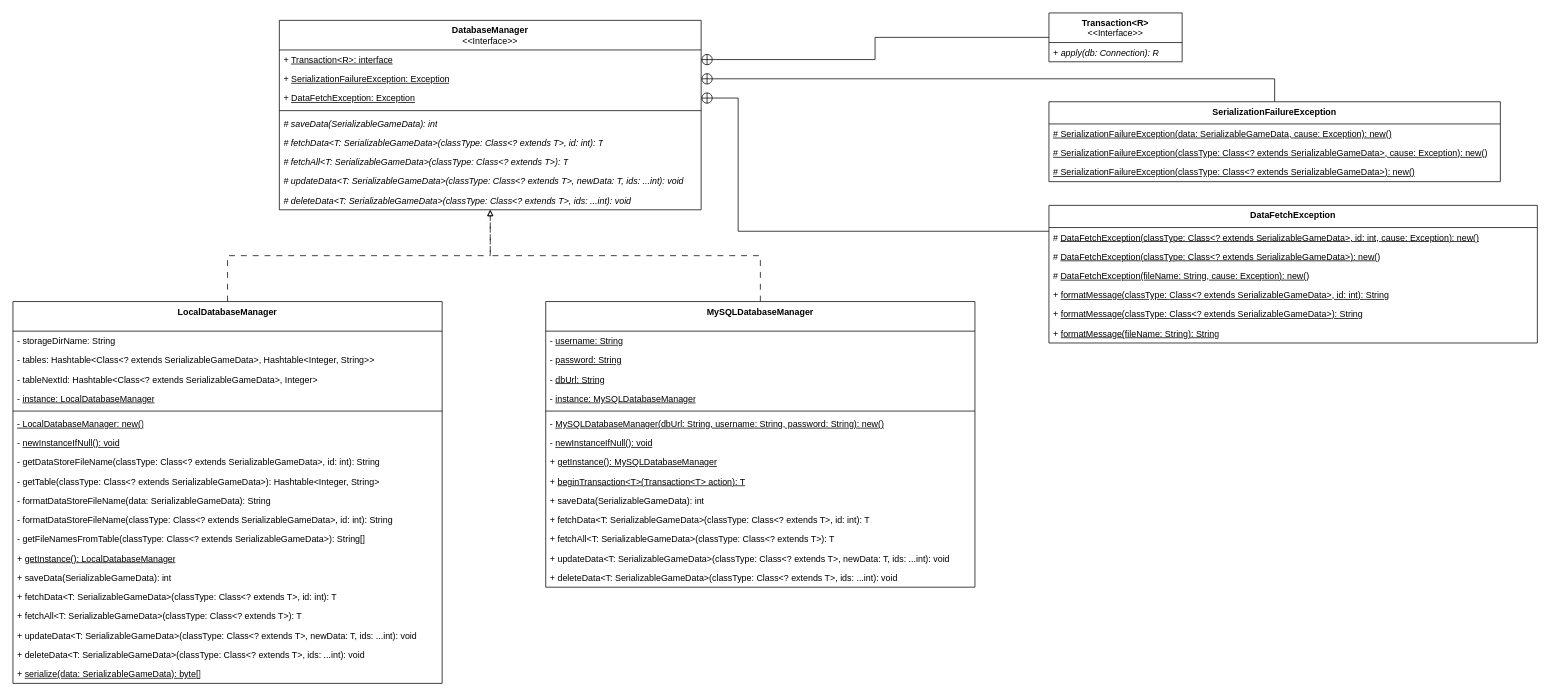
This is page "DatabaseManager" (3 of 3) of JavaRiceUML.drawio from TLEV6500/CSIT228-F2_Capstone_JavaRice, a draw.io file, before an edit. Source tidied: cells renumbered, new cells numbered last; positions are measured from the earlier drawing's top-left corner, leaving out a move shared by most shapes. Both pictures are drawn from the tidied source at 74%, with x=0, y=0 at pixel (13, 13).
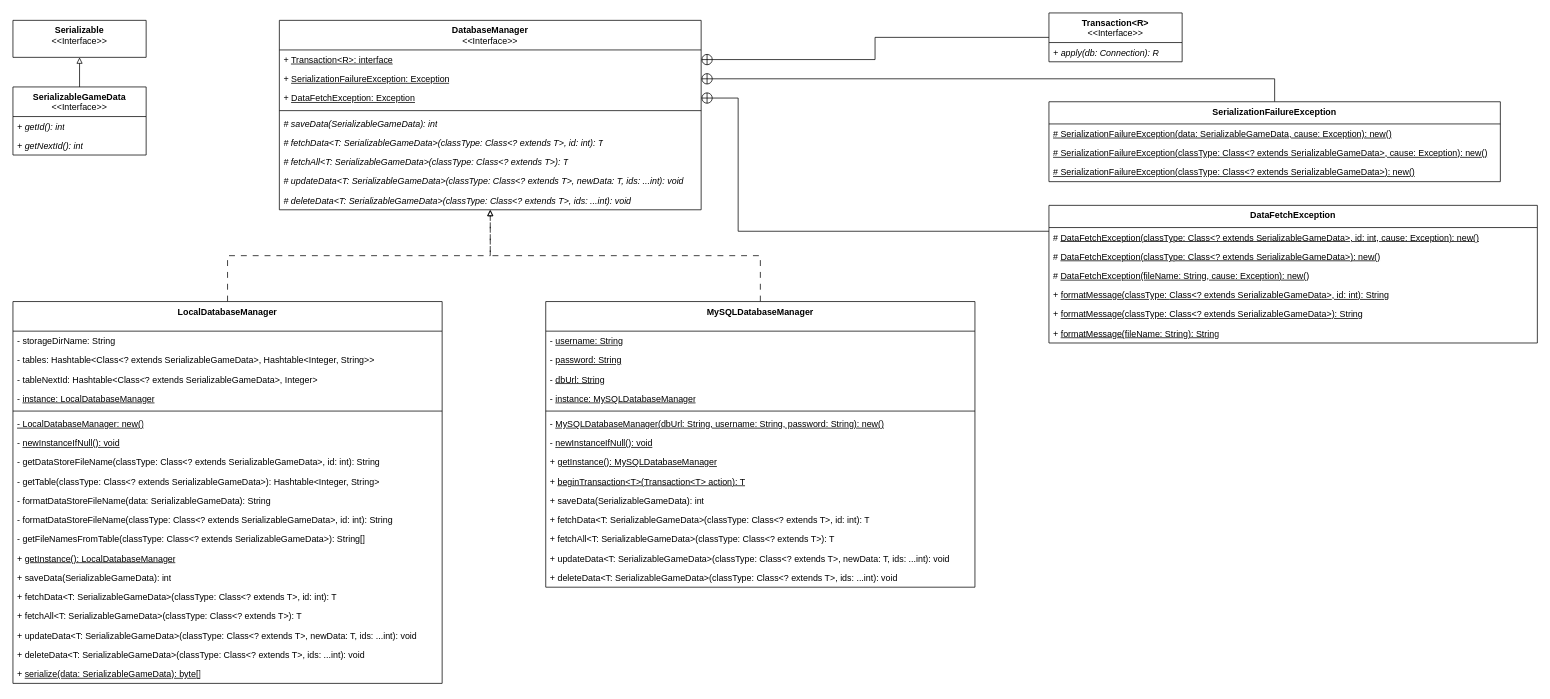
Above is the later version.

Diff of the diagram source:
```diff
@@
+    <mxCell id="65" style="edgeStyle=orthogonalEdgeStyle;rounded=0;jettySize=auto;html=1;exitX=0.5;exitY=0;exitDx=0;exitDy=0;endArrow=block;endFill=0;" parent="1" edge="1" source="66" target="69">
+      <mxGeometry relative="1" as="geometry" />
+    </mxCell>
+    <mxCell id="66" value="SerializableGameData&lt;div&gt;&lt;span style=&quot;font-weight: normal;&quot;&gt;&amp;lt;&amp;lt;Interface&amp;gt;&amp;gt;&lt;/span&gt;&lt;/div&gt;" style="swimlane;fontStyle=1;align=center;verticalAlign=top;horizontal=1;startSize=40;whiteSpace=wrap;html=1;" parent="1" vertex="1">
+      <mxGeometry y="100" width="180" height="92" as="geometry" />
+    </mxCell>
+    <mxCell id="67" value="&lt;i&gt;+ getId(): int&lt;/i&gt;" style="text;strokeColor=none;fillColor=none;align=left;verticalAlign=top;spacingLeft=4;spacingRight=4;overflow=hidden;whiteSpace=wrap;html=1;" parent="66" vertex="1">
+      <mxGeometry y="40" width="180" height="26" as="geometry" />
+    </mxCell>
+    <mxCell id="68" value="&lt;i&gt;+ getNextId(): int&lt;/i&gt;" style="text;strokeColor=none;fillColor=none;align=left;verticalAlign=top;spacingLeft=4;spacingRight=4;overflow=hidden;whiteSpace=wrap;html=1;" parent="66" vertex="1">
+      <mxGeometry y="66" width="180" height="26" as="geometry" />
+    </mxCell>
+    <mxCell id="69" value="Serializable&lt;div&gt;&lt;span style=&quot;font-weight: normal;&quot;&gt;&amp;lt;&amp;lt;Interface&amp;gt;&amp;gt;&lt;/span&gt;&lt;/div&gt;" style="swimlane;fontStyle=1;align=center;verticalAlign=top;horizontal=1;startSize=90;whiteSpace=wrap;html=1;" parent="1" vertex="1">
+      <mxGeometry y="10" width="180" height="50" as="geometry" />
+    </mxCell>
```
